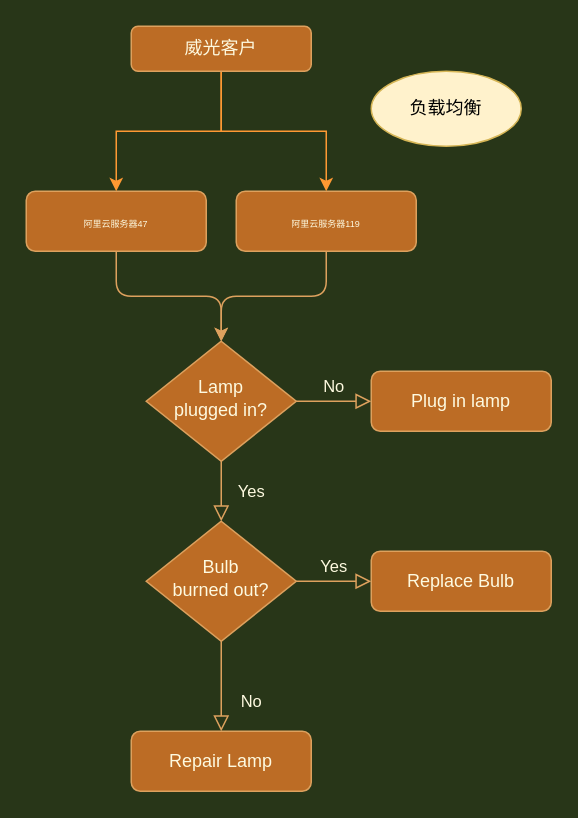
ModestMrD/draw keeps this draw.io diagram as Untitled Diagram.drawio. Above is the earlier version. Source tidied: cells renumbered, new cells numbered last; positions are measured from the earlier drawing's top-left corner, leaving out a move shared by most shapes. Both pictures are drawn from the tidied source at 150%, with x=0, y=0 at pixel (26, 26).
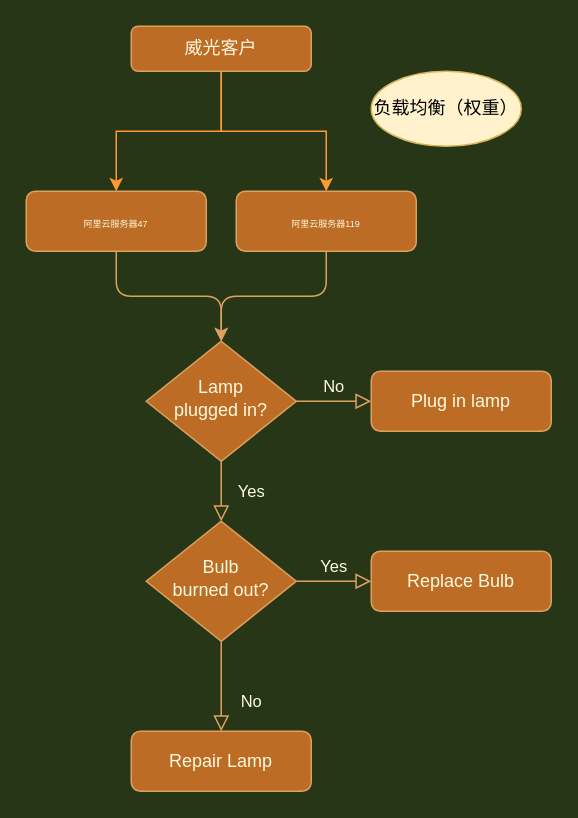
The same page after the edit.

What changed in the source:
```diff
@@
 <mxGraphModel background="#283618">
   <root>
     <mxCell id="0" />
     <mxCell id="1" parent="0" />
     <mxCell id="2" style="edgeStyle=orthogonalEdgeStyle;curved=0;rounded=1;sketch=0;jettySize=auto;html=1;exitX=0.5;exitY=1;exitDx=0;exitDy=0;fontColor=#FEFAE0;strokeColor=#DDA15E;fillColor=#BC6C25;" parent="1" edge="1" source="3" target="6">
       <mxGeometry relative="1" as="geometry" />
     </mxCell>
     <mxCell id="3" value="&lt;span style=&quot;font-size: 6px&quot;&gt;阿里云服务器47&lt;/span&gt;" style="rounded=1;whiteSpace=wrap;html=1;fontSize=12;glass=0;strokeWidth=1;shadow=0;fillColor=#BC6C25;strokeColor=#DDA15E;fontColor=#FEFAE0;" parent="1" vertex="1">
       <mxGeometry y="110" width="120" height="40" as="geometry" />
     </mxCell>
     <mxCell id="4" value="Yes" style="rounded=0;html=1;jettySize=auto;fontSize=11;endArrow=block;endFill=0;endSize=8;strokeWidth=1;shadow=0;labelBackgroundColor=none;edgeStyle=orthogonalEdgeStyle;strokeColor=#DDA15E;fontColor=#FEFAE0;" parent="1" edge="1" source="6" target="10">
       <mxGeometry y="20" relative="1" as="geometry" />
     </mxCell>
     <mxCell id="5" value="No" style="edgeStyle=orthogonalEdgeStyle;rounded=0;html=1;jettySize=auto;fontSize=11;endArrow=block;endFill=0;endSize=8;strokeWidth=1;shadow=0;labelBackgroundColor=none;strokeColor=#DDA15E;fontColor=#FEFAE0;" parent="1" edge="1" source="6" target="7">
       <mxGeometry y="10" relative="1" as="geometry" />
     </mxCell>
     <mxCell id="6" value="Lamp&lt;br&gt;plugged in?" style="rhombus;whiteSpace=wrap;html=1;shadow=0;fontFamily=Helvetica;fontSize=12;align=center;strokeWidth=1;spacing=6;spacingTop=-4;fillColor=#BC6C25;strokeColor=#DDA15E;fontColor=#FEFAE0;" parent="1" vertex="1">
       <mxGeometry x="80" y="210" width="100" height="80" as="geometry" />
     </mxCell>
     <mxCell id="7" value="Plug in lamp" style="rounded=1;whiteSpace=wrap;html=1;fontSize=12;glass=0;strokeWidth=1;shadow=0;fillColor=#BC6C25;strokeColor=#DDA15E;fontColor=#FEFAE0;" parent="1" vertex="1">
       <mxGeometry x="230" y="230" width="120" height="40" as="geometry" />
     </mxCell>
     <mxCell id="8" value="No" style="rounded=0;html=1;jettySize=auto;fontSize=11;endArrow=block;endFill=0;endSize=8;strokeWidth=1;shadow=0;labelBackgroundColor=none;edgeStyle=orthogonalEdgeStyle;strokeColor=#DDA15E;fontColor=#FEFAE0;" parent="1" edge="1" source="10" target="11">
       <mxGeometry x="0.33" y="20" relative="1" as="geometry" />
     </mxCell>
     <mxCell id="9" value="Yes" style="edgeStyle=orthogonalEdgeStyle;rounded=0;html=1;jettySize=auto;fontSize=11;endArrow=block;endFill=0;endSize=8;strokeWidth=1;shadow=0;labelBackgroundColor=none;strokeColor=#DDA15E;fontColor=#FEFAE0;" parent="1" edge="1" source="10" target="12">
       <mxGeometry y="10" relative="1" as="geometry" />
     </mxCell>
     <mxCell id="10" value="Bulb&lt;br&gt;burned out?" style="rhombus;whiteSpace=wrap;html=1;shadow=0;fontFamily=Helvetica;fontSize=12;align=center;strokeWidth=1;spacing=6;spacingTop=-4;fillColor=#BC6C25;strokeColor=#DDA15E;fontColor=#FEFAE0;" parent="1" vertex="1">
       <mxGeometry x="80" y="330" width="100" height="80" as="geometry" />
     </mxCell>
     <mxCell id="11" value="Repair Lamp" style="rounded=1;whiteSpace=wrap;html=1;fontSize=12;glass=0;strokeWidth=1;shadow=0;fillColor=#BC6C25;strokeColor=#DDA15E;fontColor=#FEFAE0;" parent="1" vertex="1">
       <mxGeometry x="70" y="470" width="120" height="40" as="geometry" />
     </mxCell>
     <mxCell id="12" value="Replace Bulb" style="rounded=1;whiteSpace=wrap;html=1;fontSize=12;glass=0;strokeWidth=1;shadow=0;fillColor=#BC6C25;strokeColor=#DDA15E;fontColor=#FEFAE0;" parent="1" vertex="1">
       <mxGeometry x="230" y="350" width="120" height="40" as="geometry" />
     </mxCell>
     <mxCell id="13" style="edgeStyle=orthogonalEdgeStyle;curved=0;rounded=1;sketch=0;jettySize=auto;html=1;entryX=0.5;entryY=0;entryDx=0;entryDy=0;fontColor=#FEFAE0;strokeColor=#DDA15E;fillColor=#BC6C25;" parent="1" edge="1" source="14" target="6">
       <mxGeometry relative="1" as="geometry" />
     </mxCell>
     <mxCell id="14" value="&lt;span style=&quot;font-size: 6px&quot;&gt;阿里云服务器119&lt;/span&gt;" style="rounded=1;whiteSpace=wrap;html=1;fontSize=12;glass=0;strokeWidth=1;shadow=0;fillColor=#BC6C25;strokeColor=#DDA15E;fontColor=#FEFAE0;" parent="1" vertex="1">
       <mxGeometry x="140" y="110" width="120" height="40" as="geometry" />
     </mxCell>
     <mxCell id="15" style="edgeStyle=orthogonalEdgeStyle;rounded=0;jettySize=auto;html=1;entryX=0.5;entryY=0;entryDx=0;entryDy=0;strokeColor=#FF9933;" parent="1" edge="1" source="17" target="3">
       <mxGeometry relative="1" as="geometry" />
     </mxCell>
     <mxCell id="16" style="edgeStyle=orthogonalEdgeStyle;rounded=0;jettySize=auto;html=1;entryX=0.5;entryY=0;entryDx=0;entryDy=0;strokeColor=#FF9933;" parent="1" edge="1" source="17" target="14">
       <mxGeometry relative="1" as="geometry" />
     </mxCell>
     <mxCell id="17" value="威光客户" style="rounded=1;whiteSpace=wrap;html=1;fontSize=12;glass=0;strokeWidth=1;shadow=0;fillColor=#BC6C25;strokeColor=#DDA15E;fontColor=#FEFAE0;" parent="1" vertex="1">
       <mxGeometry x="70" width="120" height="30" as="geometry" />
     </mxCell>
-    <mxCell id="18" value="负载均衡" style="ellipse;whiteSpace=wrap;html=1;fillColor=#fff2cc;strokeColor=#d6b656;" parent="1" vertex="1">
+    <mxCell id="18" value="负载均衡（权重）" style="ellipse;whiteSpace=wrap;html=1;fillColor=#fff2cc;strokeColor=#d6b656;" parent="1" vertex="1">
       <mxGeometry x="230" y="30" width="100" height="50" as="geometry" />
     </mxCell>
   </root>
 </mxGraphModel>
```
